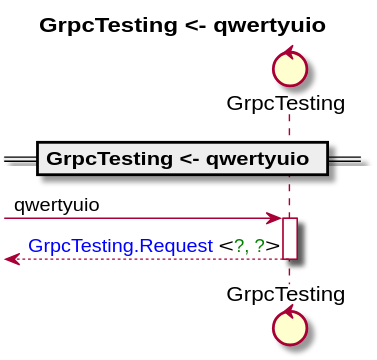
Earlier version of the PlantUML export templategeneration/docs/GrpcTesting/GrpcTestingqwertyuio.svg (anz-bank/sysl-catalog).
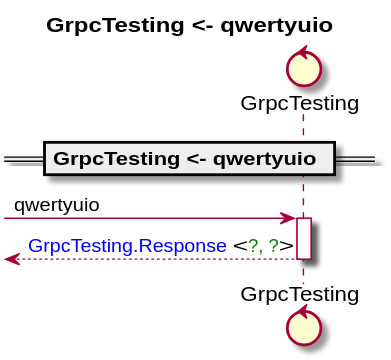
The same diagram one commit later.

Change to the diagram source:
```diff
@@ -7,6 +7,6 @@
 == GrpcTesting <- qwertyuio ==
 [->_0 : qwertyuio
 activate _0
-[<--_0 : <color blue>GrpcTesting.Request</color> <<color green>?, ?</color>>
+[<--_0 : <color blue>GrpcTesting.Response</color> <<color green>?, ?</color>>
 deactivate _0
 @enduml
```
